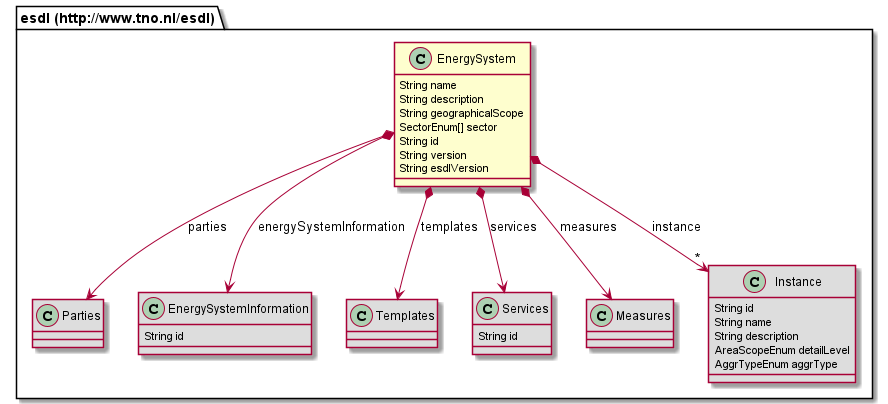
Earlier version of the PlantUML export 687474703a2f2f7777772e746e6f2e6e6c2f6573646c/EnergySystem.png (EnergyTransition/energytransition.github.io).
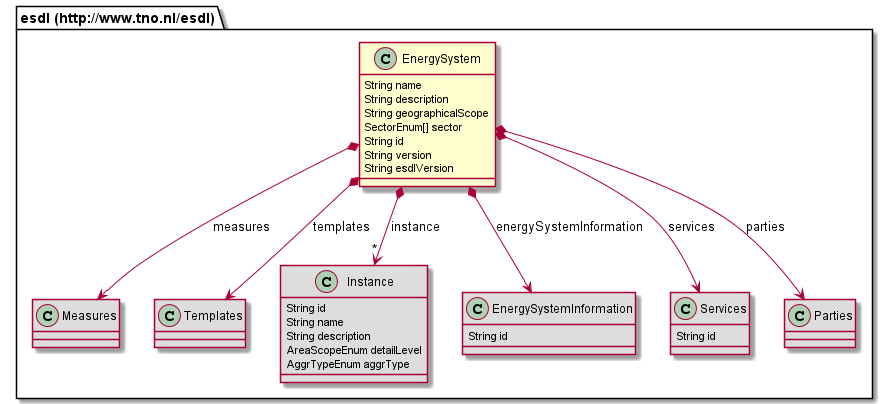
After the commit.

Diff of the diagram source:
```diff
@@ -8,17 +8,9 @@
 	String version
 	String esdlVersion
 }
-class "esdl (http://www.tno.nl/esdl).Parties" [[#router/doc-content/687474703a2f2f7777772e746e6f2e6e6c2f6573646c/Parties.html{Container for parties that have a role in the energy system}]] #DDDDDD {
-}
-class "esdl (http://www.tno.nl/esdl).EnergySystemInformation" [[#router/doc-content/687474703a2f2f7777772e746e6f2e6e6c2f6573646c/EnergySystemInformation.html{Describes reusable information of the energy system, that other classes can refer to in this energy system, such as carriers, profiles, data sources, quantity and units.}]] #DDDDDD {
-	String id
+class "esdl (http://www.tno.nl/esdl).Measures" [[#router/doc-content/687474703a2f2f7777772e746e6f2e6e6c2f6573646c/Measures.html{Collection of measures that can be applied to an energy system}]] #DDDDDD {
 }
 class "esdl (http://www.tno.nl/esdl).Templates" [[#router/doc-content/687474703a2f2f7777772e746e6f2e6e6c2f6573646c/Templates.html{Collection of templates, e.g. asset templates.}]] #DDDDDD {
-}
-class "esdl (http://www.tno.nl/esdl).Services" [[#router/doc-content/687474703a2f2f7777772e746e6f2e6e6c2f6573646c/Services.html{Defines a collection of logical services used in the energy system, e.g. Demand-Response, Aggregator services, Energy markets and control strategies.}]] #DDDDDD {
-	String id
-}
-class "esdl (http://www.tno.nl/esdl).Measures" [[#router/doc-content/687474703a2f2f7777772e746e6f2e6e6c2f6573646c/Measures.html{Collection of measures that can be applied to an energy system}]] #DDDDDD {
 }
 class "esdl (http://www.tno.nl/esdl).Instance" [[#router/doc-content/687474703a2f2f7777772e746e6f2e6e6c2f6573646c/Instance.html{Instances are used to represent different representations of the same EnergySystem. }]] #DDDDDD {
 	String id
@@ -27,6 +19,14 @@
 	AreaScopeEnum detailLevel
 	AggrTypeEnum aggrType
 }
+class "esdl (http://www.tno.nl/esdl).EnergySystemInformation" [[#router/doc-content/687474703a2f2f7777772e746e6f2e6e6c2f6573646c/EnergySystemInformation.html{Describes reusable information of the energy system, that other classes can refer to in this energy system, such as carriers, profiles, data sources, quantity and units.}]] #DDDDDD {
+	String id
+}
+class "esdl (http://www.tno.nl/esdl).Services" [[#router/doc-content/687474703a2f2f7777772e746e6f2e6e6c2f6573646c/Services.html{Defines a collection of logical services used in the energy system, e.g. Demand-Response, Aggregator services, Energy markets and control strategies.}]] #DDDDDD {
+	String id
+}
+class "esdl (http://www.tno.nl/esdl).Parties" [[#router/doc-content/687474703a2f2f7777772e746e6f2e6e6c2f6573646c/Parties.html{Container for parties that have a role in the energy system}]] #DDDDDD {
+}
 "esdl (http://www.tno.nl/esdl).EnergySystem" *--> "esdl (http://www.tno.nl/esdl).Measures" : measures
 "esdl (http://www.tno.nl/esdl).EnergySystem" *--> "*" "esdl (http://www.tno.nl/esdl).Instance" : instance
 "esdl (http://www.tno.nl/esdl).EnergySystem" *--> "esdl (http://www.tno.nl/esdl).EnergySystemInformation" : energySystemInformation
```
